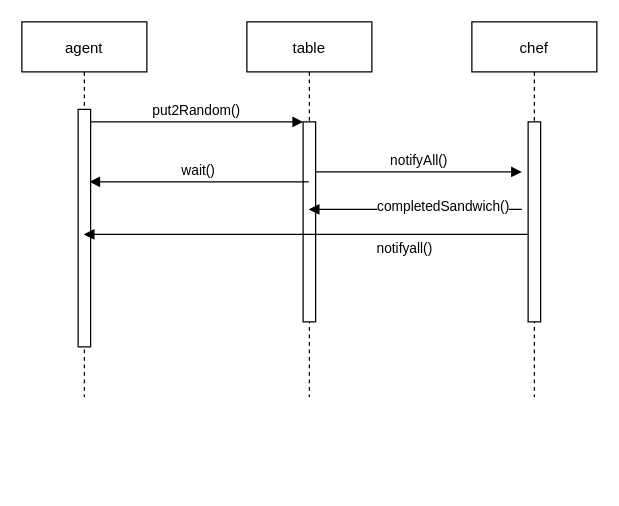
Before: asdfDiagram.drawio in therealdandong/dragonknight, a draw.io diagram. Source tidied: cells renumbered, new cells numbered last; positions are measured from the earlier drawing's top-left corner, leaving out a move shared by most shapes. Both pictures are drawn from the tidied source at 125%, with x=0, y=0 at pixel (21, 21).
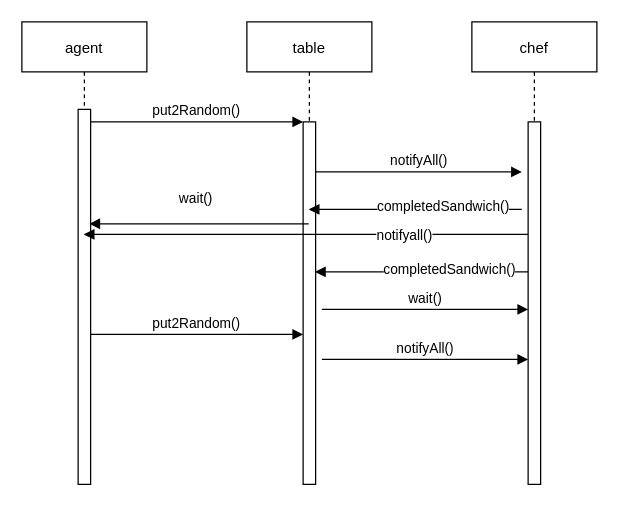
Above is the later version.

The change refers to these unchanged cells:
```xml
<mxCell id="13" style="verticalAlign=bottom;endArrow=block;shadow=0;strokeWidth=1;" parent="1" edge="1" target="2">
  <mxGeometry relative="1" as="geometry">
    <mxPoint x="405" y="170" as="sourcePoint" />
  </mxGeometry>
</mxCell>
```

What changed in the source:
```diff
@@
     <mxCell id="2" value="agent" style="shape=umlLifeline;perimeter=lifelinePerimeter;rounded=0;shadow=0;strokeWidth=1;" parent="1" vertex="1">
-      <mxGeometry width="100" height="300" as="geometry" />
+      <mxGeometry width="100" height="370" as="geometry" />
     </mxCell>
     <mxCell id="3" style="points=[];perimeter=orthogonalPerimeter;rounded=0;shadow=0;strokeWidth=1;" parent="2" vertex="1">
-      <mxGeometry x="45" y="70" width="10" height="190" as="geometry" />
+      <mxGeometry x="45" y="70" width="10" height="300" as="geometry" />
     </mxCell>
+    <mxCell id="15" value="put2Random()" style="verticalAlign=bottom;endArrow=block;entryX=0;entryY=0;shadow=0;strokeWidth=1;" parent="2" edge="1">
+      <mxGeometry relative="1" as="geometry">
+        <mxPoint x="55" y="250" as="sourcePoint" />
+        <mxPoint x="225" y="250" as="targetPoint" />
+      </mxGeometry>
+    </mxCell>
     <mxCell id="4" value="table" style="shape=umlLifeline;perimeter=lifelinePerimeter;rounded=0;shadow=0;strokeWidth=1;" parent="1" vertex="1">
-      <mxGeometry x="180" width="100" height="300" as="geometry" />
+      <mxGeometry x="180" width="100" height="370" as="geometry" />
     </mxCell>
     <mxCell id="5" style="points=[];perimeter=orthogonalPerimeter;rounded=0;shadow=0;strokeWidth=1;" parent="4" vertex="1">
-      <mxGeometry x="45" y="80" width="10" height="160" as="geometry" />
+      <mxGeometry x="45" y="80" width="10" height="290" as="geometry" />
     </mxCell>
@@
     <mxCell id="7" value="notifyAll()" style="verticalAlign=bottom;endArrow=block;shadow=0;strokeWidth=1;" parent="1" edge="1" source="5">
       <mxGeometry relative="1" as="geometry">
         <mxPoint x="400" y="120" as="targetPoint" />
+        <Array as="points">
+          <mxPoint x="320" y="120" />
+        </Array>
       </mxGeometry>
     </mxCell>
     <mxCell id="8" value="chef" style="shape=umlLifeline;perimeter=lifelinePerimeter;rounded=0;shadow=0;strokeWidth=1;" parent="1" vertex="1">
-      <mxGeometry x="360" width="100" height="300" as="geometry" />
+      <mxGeometry x="360" width="100" height="370" as="geometry" />
     </mxCell>
     <mxCell id="9" style="perimeter=orthogonalPerimeter;rounded=0;shadow=0;strokeWidth=1;" parent="8" vertex="1">
-      <mxGeometry x="45" y="80" width="10" height="160" as="geometry" />
+      <mxGeometry x="45" y="80" width="10" height="290" as="geometry" />
     </mxCell>
@@
     <mxCell id="12" value="wait()" style="verticalAlign=bottom;endArrow=block;entryX=0.9;entryY=0.305;shadow=0;strokeWidth=1;entryDx=0;entryDy=0;entryPerimeter=0;" parent="1" edge="1" source="4" target="3">
-      <mxGeometry relative="1" as="geometry" />
+      <mxGeometry x="0.02" y="-11" relative="1" as="geometry" />
     </mxCell>
@@
     <mxCell id="14" value="notifyall()" style="edgeLabel;html=1;align=center;verticalAlign=middle;" parent="13" vertex="1">
       <mxGeometry x="-0.35" y="3" relative="1" as="geometry">
-        <mxPoint x="16" y="7" as="offset" />
+        <mxPoint x="16" y="-3" as="offset" />
       </mxGeometry>
     </mxCell>
+    <mxCell id="16" style="verticalAlign=bottom;endArrow=block;shadow=0;strokeWidth=1;" parent="1" edge="1">
+      <mxGeometry relative="1" as="geometry">
+        <mxPoint x="405" y="200" as="sourcePoint" />
+        <mxPoint x="234.5" y="200" as="targetPoint" />
+      </mxGeometry>
+    </mxCell>
+    <mxCell id="17" value="completedSandwich()" style="edgeLabel;html=1;align=center;verticalAlign=middle;" parent="16" vertex="1">
+      <mxGeometry x="-0.25" y="-3" relative="1" as="geometry" />
+    </mxCell>
+    <mxCell id="18" value="wait()" style="verticalAlign=bottom;endArrow=block;shadow=0;strokeWidth=1;" parent="1" edge="1">
+      <mxGeometry relative="1" as="geometry">
+        <mxPoint x="240" y="230" as="sourcePoint" />
+        <mxPoint x="405" y="230" as="targetPoint" />
+      </mxGeometry>
+    </mxCell>
+    <mxCell id="19" value="notifyAll()" style="verticalAlign=bottom;endArrow=block;shadow=0;strokeWidth=1;" parent="1" edge="1">
+      <mxGeometry relative="1" as="geometry">
+        <mxPoint x="240" y="270" as="sourcePoint" />
+        <mxPoint x="405" y="270" as="targetPoint" />
+        <Array as="points">
+          <mxPoint x="325" y="270" />
+        </Array>
+      </mxGeometry>
+    </mxCell>
```
